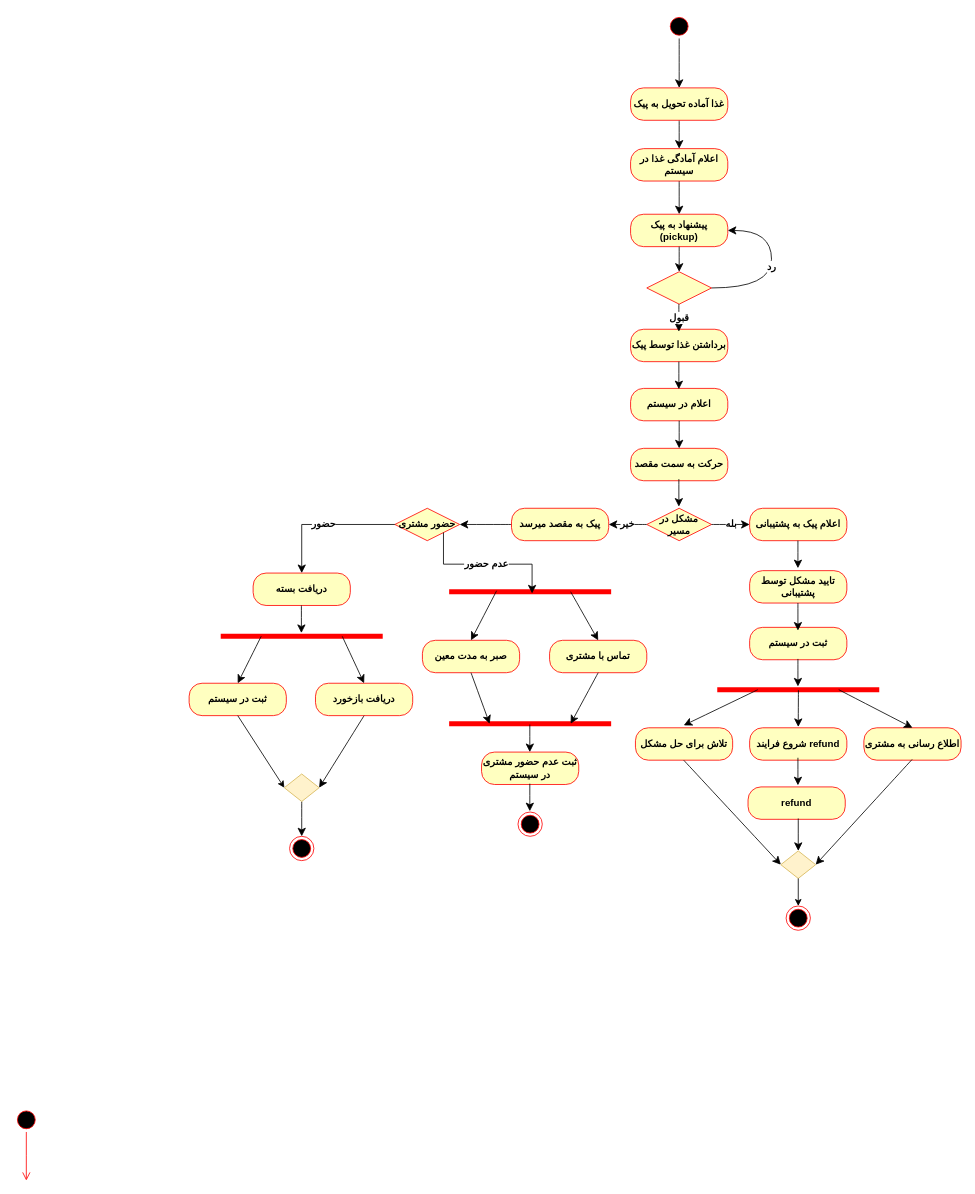
Above: activity.drawio in aqua1252/tasks (draw.io), before the change. Source tidied: cells renumbered, new cells numbered last; positions are measured from the earlier drawing's top-left corner, leaving out a move shared by most shapes. Both pictures are drawn from the tidied source at 81%, with x=0, y=0 at pixel (14, 14).
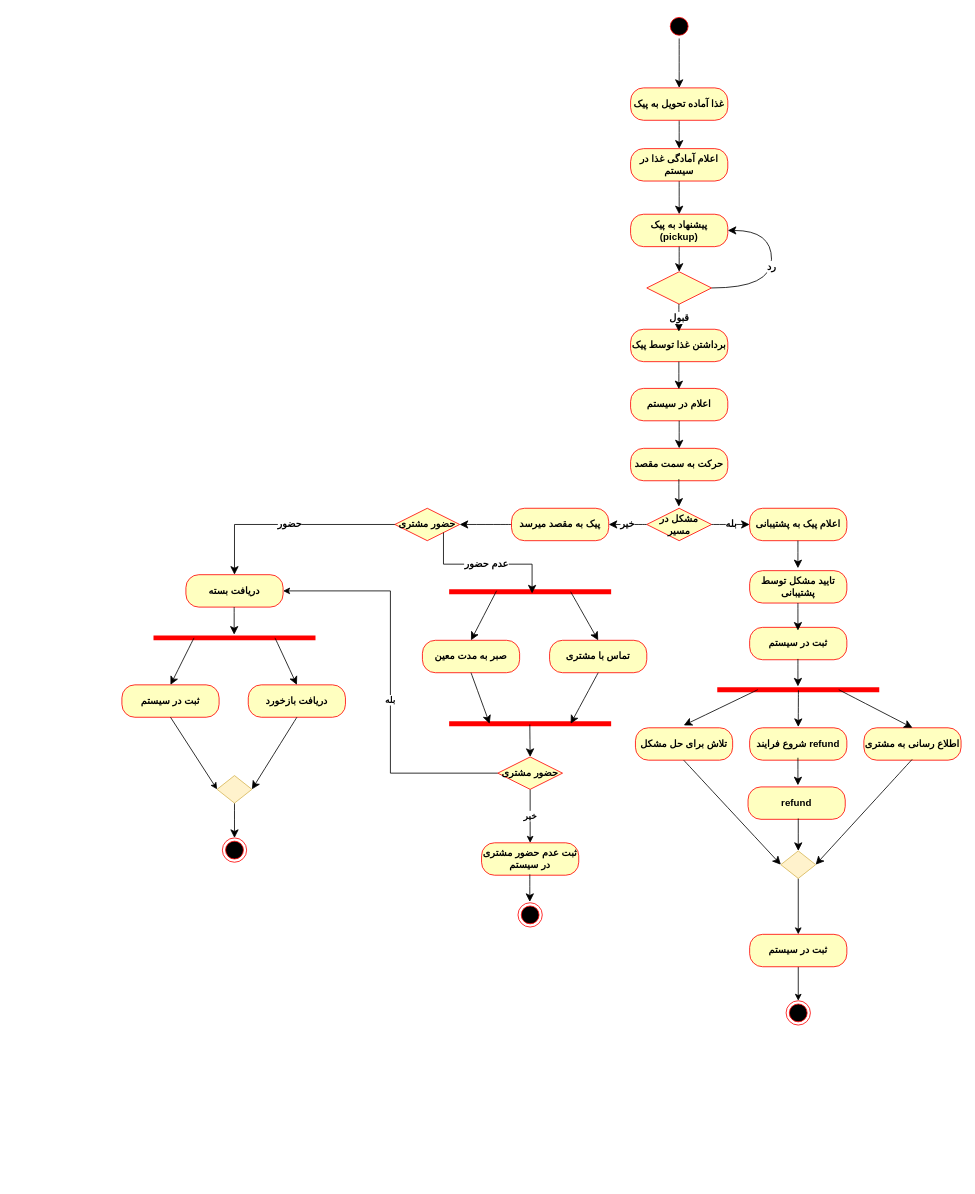
The same diagram, later.

The change refers to these unchanged cells:
```xml
<mxCell id="72" style="rhombus;whiteSpace=wrap;html=1;fillColor=#fff2cc;strokeColor=#d6b656;" parent="1" vertex="1">
  <mxGeometry x="946.5" y="1033" width="43" height="34" as="geometry" />
</mxCell>
```

What changed in the source:
```diff
@@
-    <mxCell id="2" style="ellipse;html=1;shape=startState;fillColor=#000000;strokeColor=#ff0000;fontStyle=1;" parent="1" vertex="1">
-      <mxGeometry y="1350" width="30" height="30" as="geometry" />
-    </mxCell>
-    <mxCell id="3" style="edgeStyle=orthogonalEdgeStyle;html=1;verticalAlign=bottom;endArrow=open;endSize=8;strokeColor=#ff0000;rounded=0;fontSize=12;curved=1;fontStyle=1;" parent="1" edge="1" source="2">
-      <mxGeometry relative="1" as="geometry">
-        <mxPoint x="15" y="1440" as="targetPoint" />
-      </mxGeometry>
-    </mxCell>
@@
     <mxCell id="31" value="دریافت بسته" style="rounded=1;whiteSpace=wrap;html=1;arcSize=40;fontColor=#000000;fillColor=#ffffc0;strokeColor=#ff0000;fontStyle=1;" parent="1" vertex="1">
-      <mxGeometry x="295" y="690" width="120" height="40" as="geometry" />
+      <mxGeometry x="212" y="692" width="120" height="40" as="geometry" />
     </mxCell>
     <mxCell id="32" style="shape=line;html=1;strokeWidth=6;strokeColor=#ff0000;fontStyle=1;" parent="1" vertex="1">
-      <mxGeometry x="255" y="763" width="200" height="10" as="geometry" />
+      <mxGeometry x="172" y="765" width="200" height="10" as="geometry" />
     </mxCell>
     <mxCell id="33" value="ثبت در سیستم" style="rounded=1;whiteSpace=wrap;html=1;arcSize=40;fontColor=#000000;fillColor=#ffffc0;strokeColor=#ff0000;fontStyle=1;" parent="1" vertex="1">
-      <mxGeometry x="216" y="826" width="120" height="40" as="geometry" />
+      <mxGeometry x="133" y="828" width="120" height="40" as="geometry" />
     </mxCell>
@@
     <mxCell id="38" value="ثبت عدم حضور مشتری در سیستم" style="rounded=1;whiteSpace=wrap;html=1;arcSize=40;fontColor=#000000;fillColor=#ffffc0;strokeColor=#ff0000;fontStyle=1;" parent="1" vertex="1">
-      <mxGeometry x="577" y="911" width="120" height="40" as="geometry" />
+      <mxGeometry x="577" y="1023" width="120" height="40" as="geometry" />
     </mxCell>
     <mxCell id="39" value="دریافت بازخورد" style="rounded=1;whiteSpace=wrap;html=1;arcSize=40;fontColor=#000000;fillColor=#ffffc0;strokeColor=#ff0000;fontStyle=1;" parent="1" vertex="1">
-      <mxGeometry x="372" y="826" width="120" height="40" as="geometry" />
+      <mxGeometry x="289" y="828" width="120" height="40" as="geometry" />
     </mxCell>
@@
     <mxCell id="48" style="endArrow=classic;html=1;rounded=0;fontSize=12;startSize=8;endSize=8;curved=1;exitX=0.5;exitY=1;exitDx=0;exitDy=0;entryX=0.5;entryY=0;entryDx=0;entryDy=0;fontStyle=1;" parent="1" edge="1">
       <mxGeometry relative="1" as="geometry">
-        <mxPoint x="354.6" y="730" as="sourcePoint" />
-        <mxPoint x="354.6" y="764" as="targetPoint" />
+        <mxPoint x="271.6" y="732" as="sourcePoint" />
+        <mxPoint x="271.6" y="766" as="targetPoint" />
       </mxGeometry>
     </mxCell>
-    <mxCell id="49" style="endArrow=classic;html=1;rounded=0;fontSize=12;startSize=8;endSize=8;curved=1;exitX=0.5;exitY=1;exitDx=0;exitDy=0;entryX=0.5;entryY=0;entryDx=0;entryDy=0;fontStyle=1;" parent="1" edge="1">
+    <mxCell id="49" style="endArrow=classic;html=1;rounded=0;fontSize=12;startSize=8;endSize=8;curved=1;exitX=0.5;exitY=1;exitDx=0;exitDy=0;entryX=0.5;entryY=0;entryDx=0;entryDy=0;fontStyle=1;" parent="1" edge="1" target="76">
       <mxGeometry relative="1" as="geometry">
         <mxPoint x="636.6" y="877" as="sourcePoint" />
-        <mxPoint x="636.6" y="911" as="targetPoint" />
       </mxGeometry>
     </mxCell>
@@
     <mxCell id="59" style="ellipse;html=1;shape=endState;fillColor=#000000;strokeColor=#ff0000;fontStyle=1;" parent="1" vertex="1">
-      <mxGeometry x="622" y="985" width="30" height="30" as="geometry" />
+      <mxGeometry x="622" y="1097" width="30" height="30" as="geometry" />
     </mxCell>
     <mxCell id="60" style="ellipse;html=1;shape=endState;fillColor=#000000;strokeColor=#ff0000;fontStyle=1;" parent="1" vertex="1">
-      <mxGeometry x="953" y="1101" width="30" height="30" as="geometry" />
+      <mxGeometry x="953" y="1218" width="30" height="30" as="geometry" />
     </mxCell>
     <mxCell id="61" style="ellipse;html=1;shape=endState;fillColor=#000000;strokeColor=#ff0000;fontStyle=1;" parent="1" vertex="1">
-      <mxGeometry x="340" y="1015" width="30" height="30" as="geometry" />
+      <mxGeometry x="257" y="1017" width="30" height="30" as="geometry" />
     </mxCell>
@@
     <mxCell id="66" style="endArrow=classic;html=1;rounded=0;fontSize=12;startSize=8;endSize=8;curved=1;exitX=0.5;exitY=1;exitDx=0;exitDy=0;entryX=0.5;entryY=0;entryDx=0;entryDy=0;fontStyle=1;" parent="1" edge="1">
       <mxGeometry relative="1" as="geometry">
-        <mxPoint x="636.6" y="950" as="sourcePoint" />
-        <mxPoint x="636.6" y="984" as="targetPoint" />
+        <mxPoint x="636.6" y="1062" as="sourcePoint" />
+        <mxPoint x="636.6" y="1096" as="targetPoint" />
       </mxGeometry>
     </mxCell>
@@
     <mxCell id="70" style="rhombus;whiteSpace=wrap;html=1;fillColor=#fff2cc;strokeColor=#d6b656;" parent="1" vertex="1">
-      <mxGeometry x="333.5" y="938" width="43" height="34" as="geometry" />
+      <mxGeometry x="250.5" y="940" width="43" height="34" as="geometry" />
     </mxCell>
@@
+    <mxCell id="74" style="edgeStyle=orthogonalEdgeStyle;rounded=0;jettySize=auto;html=1;" parent="1" edge="1" source="72" target="79">
+      <mxGeometry relative="1" as="geometry" />
+    </mxCell>
@@
-    <mxCell id="73" style="endArrow=classic;html=1;rounded=0;entryX=0.5;entryY=0;entryDx=0;entryDy=0;exitX=0.5;exitY=1;exitDx=0;exitDy=0;" parent="1" edge="1" source="72" target="60">
+    <mxCell id="73" style="endArrow=classic;html=1;rounded=0;entryX=0.5;entryY=0;entryDx=0;entryDy=0;exitX=0.5;exitY=1;exitDx=0;exitDy=0;" parent="1" edge="1" source="79" target="60">
       <mxGeometry relative="1" as="geometry" />
     </mxCell>
+    <mxCell id="75" value="&lt;b&gt;خیر&lt;/b&gt;" style="edgeStyle=orthogonalEdgeStyle;rounded=0;jettySize=auto;html=1;" parent="1" edge="1" source="76" target="38">
+      <mxGeometry relative="1" as="geometry" />
+    </mxCell>
+    <mxCell id="76" value="حضور مشتری" style="rhombus;whiteSpace=wrap;html=1;fontColor=#000000;fillColor=#ffffc0;strokeColor=#ff0000;fontStyle=1;" parent="1" vertex="1">
+      <mxGeometry x="597" y="917" width="80" height="40" as="geometry" />
+    </mxCell>
+    <mxCell id="77" style="endArrow=classic;html=1;rounded=0;exitX=0;exitY=0.5;exitDx=0;exitDy=0;entryX=1;entryY=0.5;entryDx=0;entryDy=0;edgeStyle=orthogonalEdgeStyle;" parent="1" edge="1" source="76" target="31">
+      <mxGeometry relative="1" as="geometry" />
+    </mxCell>
+    <mxCell id="78" value="&lt;b&gt;بله&lt;/b&gt;" style="edgeLabel;html=1;align=center;verticalAlign=middle;" parent="77" vertex="1">
+      <mxGeometry x="-0.09" y="1" relative="1" as="geometry" />
+    </mxCell>
+    <mxCell id="79" value="ثبت در سیستم" style="rounded=1;whiteSpace=wrap;html=1;arcSize=40;fontColor=#000000;fillColor=#ffffc0;strokeColor=#ff0000;fontStyle=1;" parent="1" vertex="1">
+      <mxGeometry x="908" y="1136" width="120" height="40" as="geometry" />
+    </mxCell>
```
